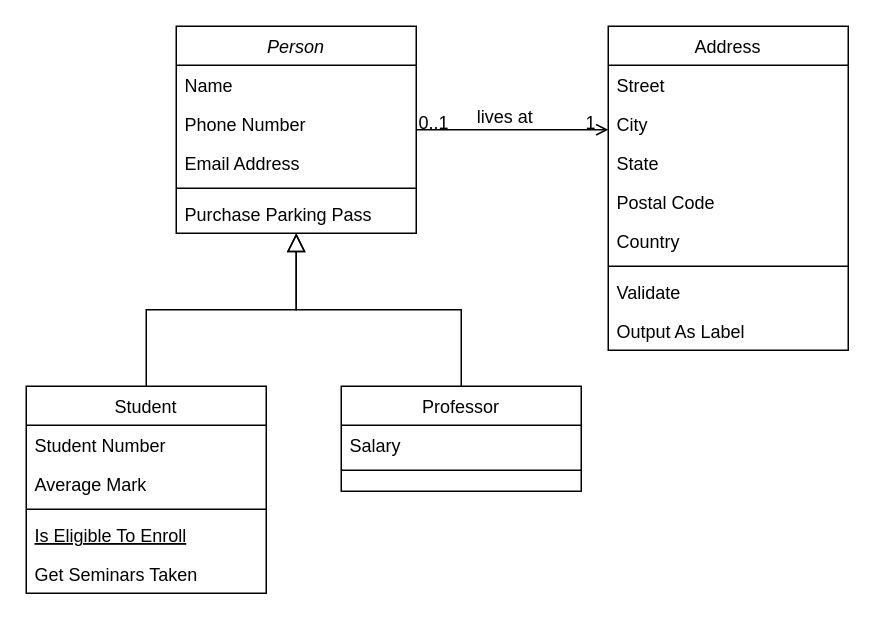
Above: Diagrama sem nome.drawio in joa0-182/dio-bootcamp-Heineken_IA_AplicadaADadosCopilot (draw.io), before the change. Source tidied: cells renumbered, new cells numbered last; positions are measured from the earlier drawing's top-left corner, leaving out a move shared by most shapes. Both pictures are drawn from the tidied source at 150%, with x=0, y=0 at pixel (26, 26).
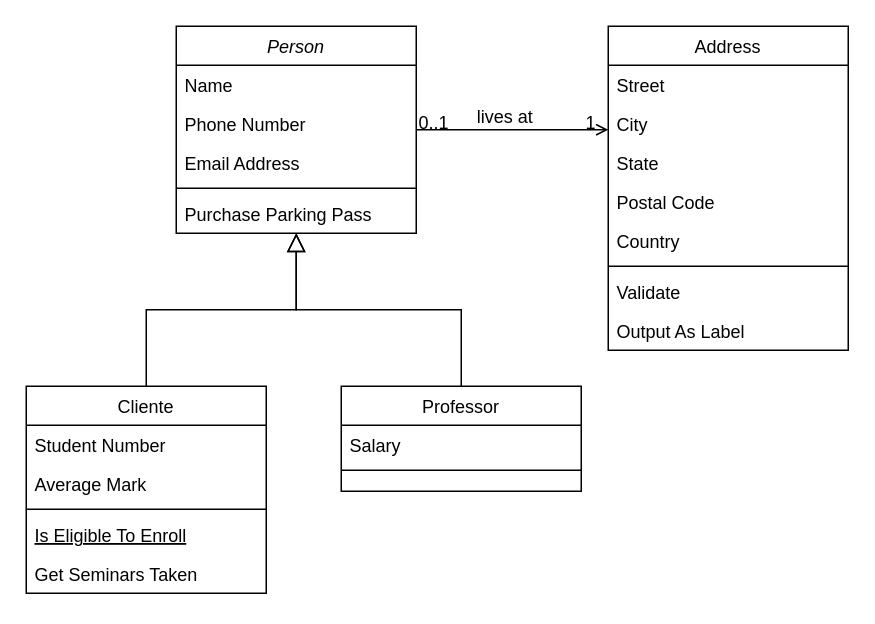
The same diagram, later.

Diff of the diagram source:
```diff
@@
-    <mxCell id="8" value="Student" style="swimlane;fontStyle=0;align=center;verticalAlign=top;horizontal=1;startSize=26;rounded=0;shadow=0;strokeWidth=1;" parent="1" vertex="1">
+    <mxCell id="8" value="Cliente" style="swimlane;fontStyle=0;align=center;verticalAlign=top;horizontal=1;startSize=26;rounded=0;shadow=0;strokeWidth=1;" parent="1" vertex="1">
       <mxGeometry y="240" width="160" height="138" as="geometry" />
     </mxCell>
-    <mxCell id="9" value="Student Number" style="text;align=left;verticalAlign=top;spacingLeft=4;spacingRight=4;overflow=hidden;" parent="8" vertex="1">
+    <mxCell id="9" value="Student Number" style="text;align=left;verticalAlign=top;spacingLeft=4;spacingRight=4;overflow=hidden;rounded=0;" parent="8" vertex="1">
       <mxGeometry y="26" width="160" height="26" as="geometry" />
     </mxCell>
```
